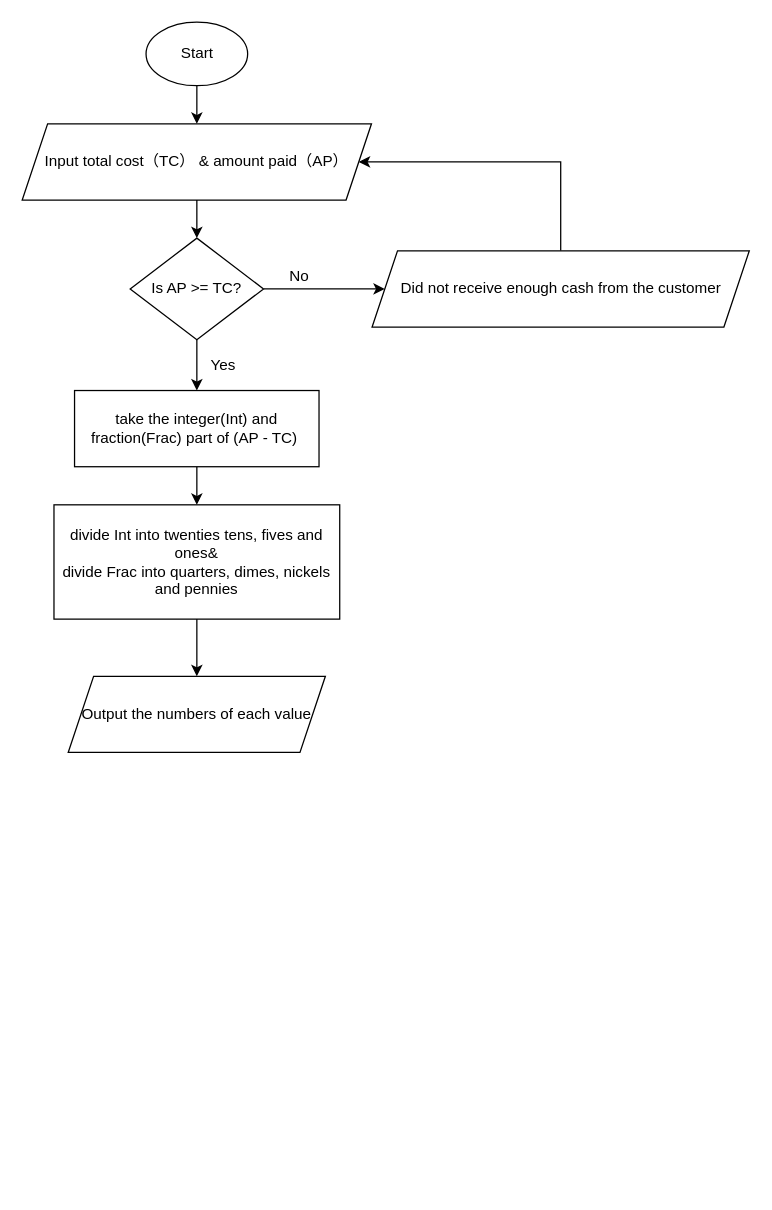
jsjsam98/CS5001 keeps this draw.io diagram as CS5001/hw/week2/1.drawio. Above is the earlier version. Source tidied: cells renumbered, new cells numbered last; positions are measured from the earlier drawing's top-left corner, leaving out a move shared by most shapes. Both pictures are drawn from the tidied source at 127%, with x=0, y=0 at pixel (22, 22).
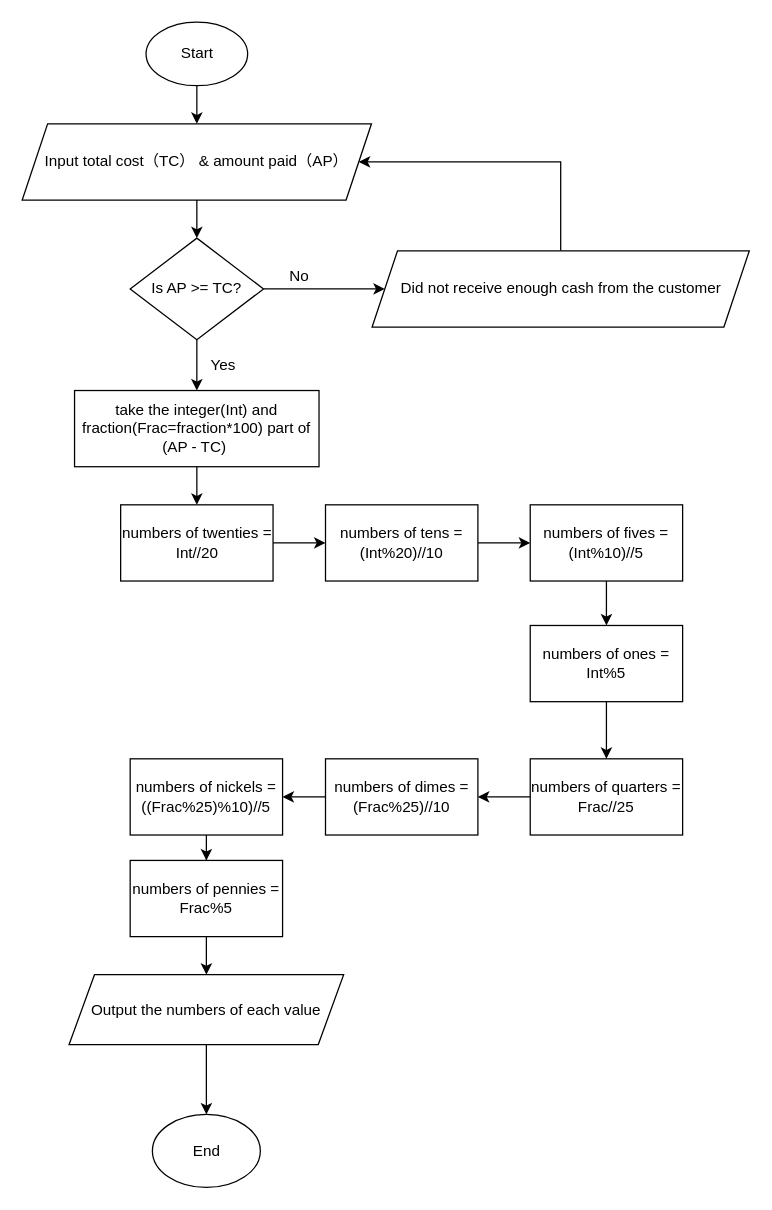
The same diagram, later.

The edit, as a diff of the source:
```diff
@@
-    <mxCell id="11" style="edgeStyle=orthogonalEdgeStyle;rounded=0;jettySize=auto;html=1;" parent="1" edge="1" source="12" target="16">
-      <mxGeometry relative="1" as="geometry" />
+    <mxCell id="11" style="edgeStyle=orthogonalEdgeStyle;rounded=0;jettySize=auto;html=1;" parent="1" edge="1" source="12">
+      <mxGeometry relative="1" as="geometry">
+        <mxPoint x="137.5" y="380" as="targetPoint" />
+      </mxGeometry>
     </mxCell>
-    <mxCell id="12" value="take the integer(Int) and fraction(Frac) part of (AP - TC)&amp;nbsp;" style="whiteSpace=wrap;html=1;" parent="1" vertex="1">
+    <mxCell id="12" value="take the integer(Int) and fraction(Frac=fraction*100) part of (AP - TC)&amp;nbsp;" style="whiteSpace=wrap;html=1;" parent="1" vertex="1">
       <mxGeometry x="41.2" y="290" width="192.5" height="60" as="geometry" />
     </mxCell>
@@
-    <mxCell id="15" style="edgeStyle=orthogonalEdgeStyle;rounded=0;jettySize=auto;html=1;" parent="1" edge="1" source="16" target="17">
-      <mxGeometry relative="1" as="geometry" />
-    </mxCell>
-    <mxCell id="16" value="divide Int into twenties tens, fives and ones&amp;amp;&lt;br&gt;divide Frac into quarters, dimes, nickels and pennies" style="whiteSpace=wrap;html=1;" parent="1" vertex="1">
-      <mxGeometry x="25" y="380" width="225" height="90" as="geometry" />
-    </mxCell>
+    <mxCell id="18" style="edgeStyle=orthogonalEdgeStyle;rounded=0;jettySize=auto;html=1;" parent="1" edge="1" source="17" target="35">
+      <mxGeometry relative="1" as="geometry" />
+    </mxCell>
     <mxCell id="17" value="Output the numbers of each value" style="shape=parallelogram;perimeter=parallelogramPerimeter;whiteSpace=wrap;html=1;fixedSize=1;" parent="1" vertex="1">
-      <mxGeometry x="36.2" y="515" width="202.5" height="60" as="geometry" />
+      <mxGeometry x="36.9" y="750" width="216.2" height="55" as="geometry" />
     </mxCell>
+    <mxCell id="19" style="edgeStyle=orthogonalEdgeStyle;rounded=0;jettySize=auto;html=1;" parent="1" edge="1" source="20" target="22">
+      <mxGeometry relative="1" as="geometry" />
+    </mxCell>
+    <mxCell id="20" value="numbers of twenties = Int//20" style="rounded=0;whiteSpace=wrap;html=1;" parent="1" vertex="1">
+      <mxGeometry x="77.5" y="380" width="120" height="60" as="geometry" />
+    </mxCell>
+    <mxCell id="21" style="edgeStyle=orthogonalEdgeStyle;rounded=0;jettySize=auto;html=1;" parent="1" edge="1" source="22" target="24">
+      <mxGeometry relative="1" as="geometry" />
+    </mxCell>
+    <mxCell id="22" value="numbers of tens = (Int%20)//10" style="rounded=0;whiteSpace=wrap;html=1;" parent="1" vertex="1">
+      <mxGeometry x="238.8" y="380" width="120" height="60" as="geometry" />
+    </mxCell>
+    <mxCell id="23" style="edgeStyle=orthogonalEdgeStyle;rounded=0;jettySize=auto;html=1;" parent="1" edge="1" source="24" target="26">
+      <mxGeometry relative="1" as="geometry" />
+    </mxCell>
+    <mxCell id="24" value="numbers of fives = (Int%10)//5" style="rounded=0;whiteSpace=wrap;html=1;" parent="1" vertex="1">
+      <mxGeometry x="400" y="380" width="120" height="60" as="geometry" />
+    </mxCell>
+    <mxCell id="25" style="edgeStyle=orthogonalEdgeStyle;rounded=0;jettySize=auto;html=1;" parent="1" edge="1" source="26" target="28">
+      <mxGeometry relative="1" as="geometry" />
+    </mxCell>
+    <mxCell id="26" value="numbers of ones = Int%5" style="rounded=0;whiteSpace=wrap;html=1;" parent="1" vertex="1">
+      <mxGeometry x="400" y="475" width="120" height="60" as="geometry" />
+    </mxCell>
+    <mxCell id="27" style="edgeStyle=orthogonalEdgeStyle;rounded=0;jettySize=auto;html=1;" parent="1" edge="1" source="28" target="30">
+      <mxGeometry relative="1" as="geometry" />
+    </mxCell>
+    <mxCell id="28" value="numbers of quarters = Frac//25" style="rounded=0;whiteSpace=wrap;html=1;" parent="1" vertex="1">
+      <mxGeometry x="400" y="580" width="120" height="60" as="geometry" />
+    </mxCell>
+    <mxCell id="29" style="edgeStyle=orthogonalEdgeStyle;rounded=0;jettySize=auto;html=1;" parent="1" edge="1" source="30" target="32">
+      <mxGeometry relative="1" as="geometry" />
+    </mxCell>
+    <mxCell id="30" value="numbers of dimes = (Frac%25)//10" style="rounded=0;whiteSpace=wrap;html=1;" parent="1" vertex="1">
+      <mxGeometry x="238.8" y="580" width="120" height="60" as="geometry" />
+    </mxCell>
+    <mxCell id="31" style="edgeStyle=orthogonalEdgeStyle;rounded=0;jettySize=auto;html=1;" parent="1" edge="1" source="32" target="34">
+      <mxGeometry relative="1" as="geometry" />
+    </mxCell>
+    <mxCell id="32" value="numbers of nickels = ((Frac%25)%10)//5" style="rounded=0;whiteSpace=wrap;html=1;" parent="1" vertex="1">
+      <mxGeometry x="85" y="580" width="120" height="60" as="geometry" />
+    </mxCell>
+    <mxCell id="33" style="edgeStyle=orthogonalEdgeStyle;rounded=0;jettySize=auto;html=1;" parent="1" edge="1" source="34" target="17">
+      <mxGeometry relative="1" as="geometry" />
+    </mxCell>
+    <mxCell id="34" value="numbers of pennies = Frac%5" style="rounded=0;whiteSpace=wrap;html=1;" parent="1" vertex="1">
+      <mxGeometry x="85" y="660" width="120" height="60" as="geometry" />
+    </mxCell>
+    <mxCell id="35" value="End" style="ellipse;whiteSpace=wrap;html=1;" parent="1" vertex="1">
+      <mxGeometry x="102.5" y="860" width="85" height="57.5" as="geometry" />
+    </mxCell>
```
